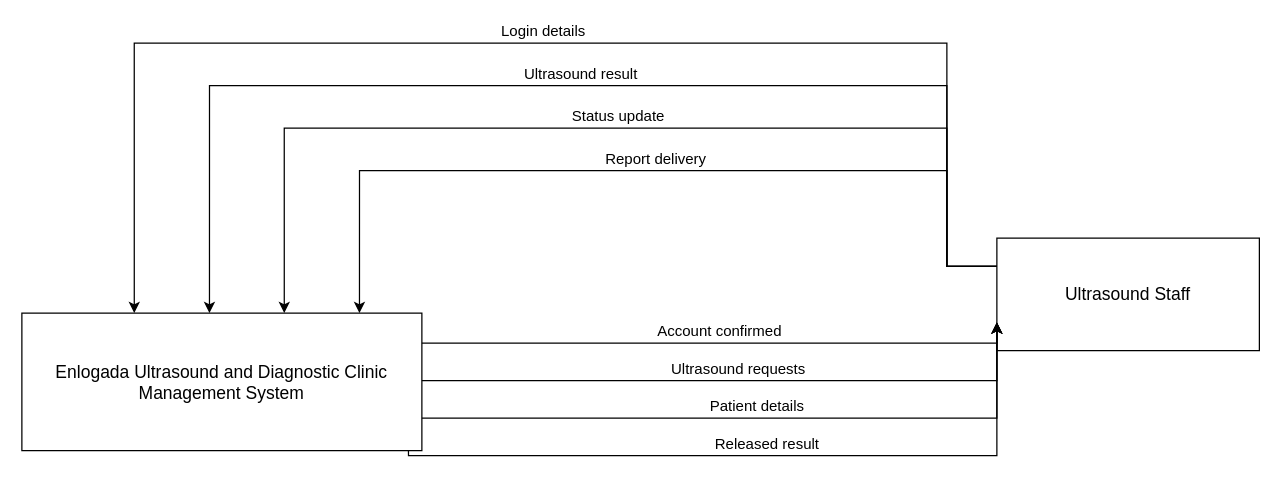
Earlier version of the draw.io diagram page "Ultrasound Staff" (7 of 9) of docs/diagrams/dfd-level0.drawio (steven23lz/Enlogada-Clinic-Management-System). Source tidied: cells renumbered, new cells numbered last; positions are measured from the earlier drawing's top-left corner, leaving out a move shared by most shapes. Both pictures are drawn from the tidied source at 125%, with x=0, y=0 at pixel (21, 42).
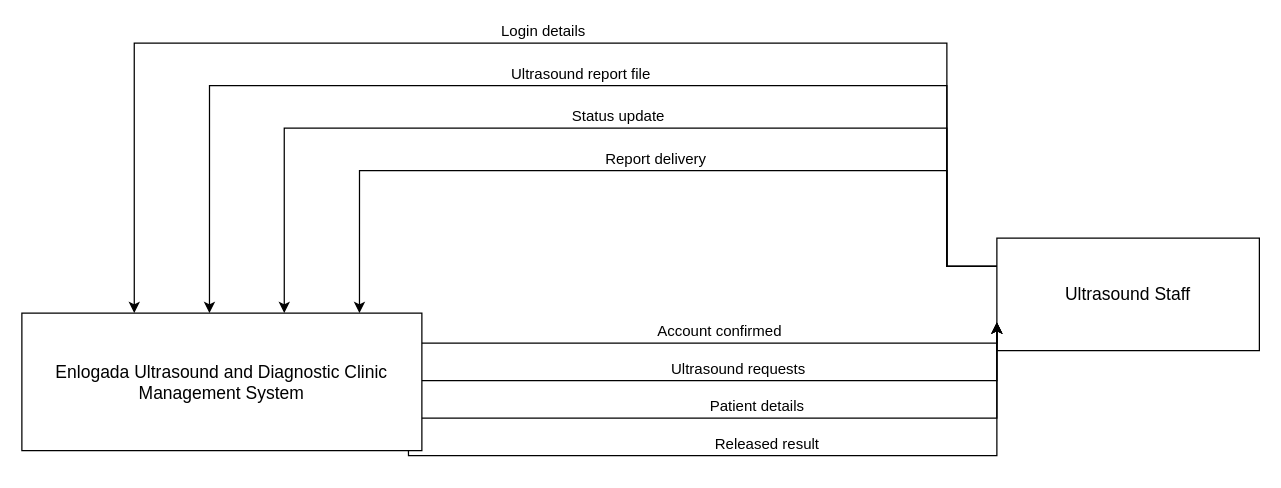
The same page after the edit.

The change refers to these unchanged cells:
```xml
<mxCell id="2" value="Enlogada Ultrasound and Diagnostic Clinic Management System" style="rounded=0;whiteSpace=wrap;html=1;verticalAlign=middle;fontFamily=Helvetica;fontSize=14;fontColor=#000000;strokeColor=#000000;" parent="1" vertex="1">
  <mxGeometry y="216" width="320" height="110" as="geometry" />
</mxCell>
<mxCell id="3" value="Ultrasound Staff" style="rounded=0;whiteSpace=wrap;html=1;fontFamily=Helvetica;fontSize=14;fontColor=#000000;strokeColor=#000000;" parent="1" vertex="1">
  <mxGeometry x="780" y="156" width="210" height="90" as="geometry" />
</mxCell>
```

What changed in the source:
```diff
@@
-    <mxCell id="5" value="Ultrasound result" style="edgeStyle=orthogonalEdgeStyle;rounded=0;html=1;verticalAlign=bottom;fontFamily=Helvetica;fontSize=12;fontColor=#000000;strokeColor=#000000;exitX=0;exitY=0.25;exitDx=0;exitDy=0;entryX=0.469;entryY=0;entryDx=0;entryDy=0;" parent="1" edge="1" source="3" target="2">
+    <mxCell id="5" value="Ultrasound report file" style="edgeStyle=orthogonalEdgeStyle;rounded=0;html=1;verticalAlign=bottom;fontFamily=Helvetica;fontSize=12;fontColor=#000000;strokeColor=#000000;exitX=0;exitY=0.25;exitDx=0;exitDy=0;entryX=0.469;entryY=0;entryDx=0;entryDy=0;" parent="1" edge="1" source="3" target="2">
       <mxGeometry relative="1" as="geometry">
         <Array as="points">
           <mxPoint x="740" y="34" />
           <mxPoint x="150" y="34" />
         </Array>
       </mxGeometry>
     </mxCell>
```
